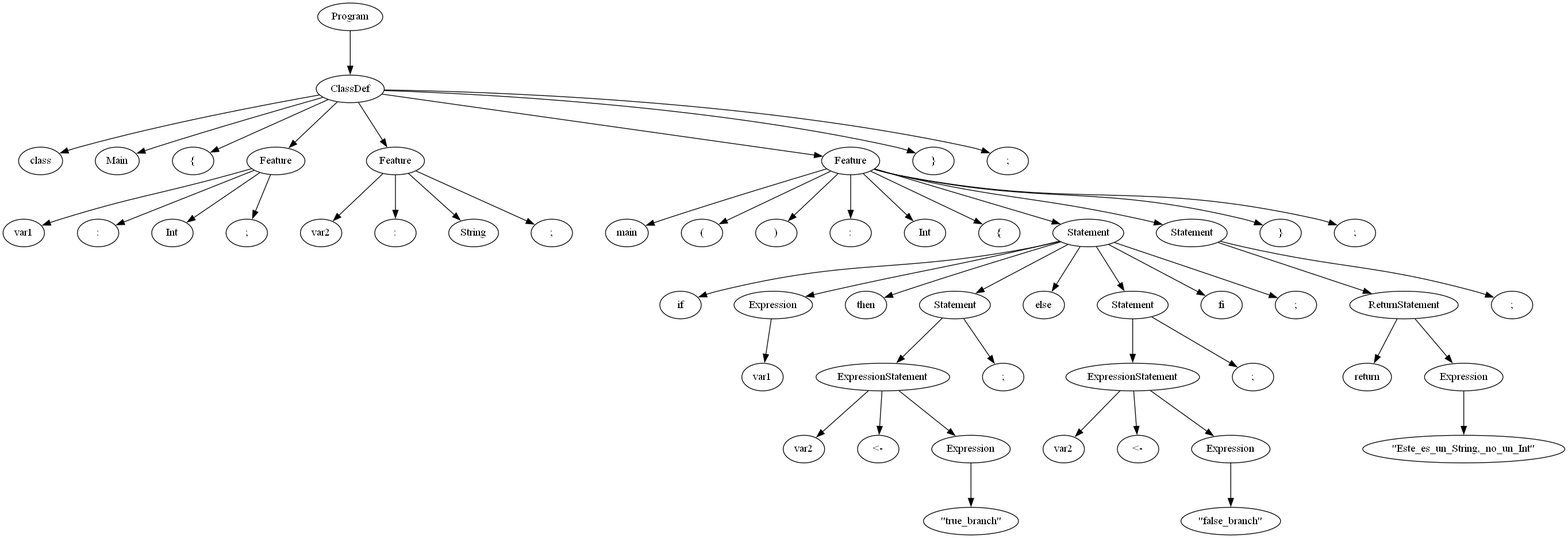
JessicaOI/Lab0 keeps this Graphviz diagram as Lab1/tree.png. Above is the earlier version. Its source is kept beside it as Lab1/tree.dot.
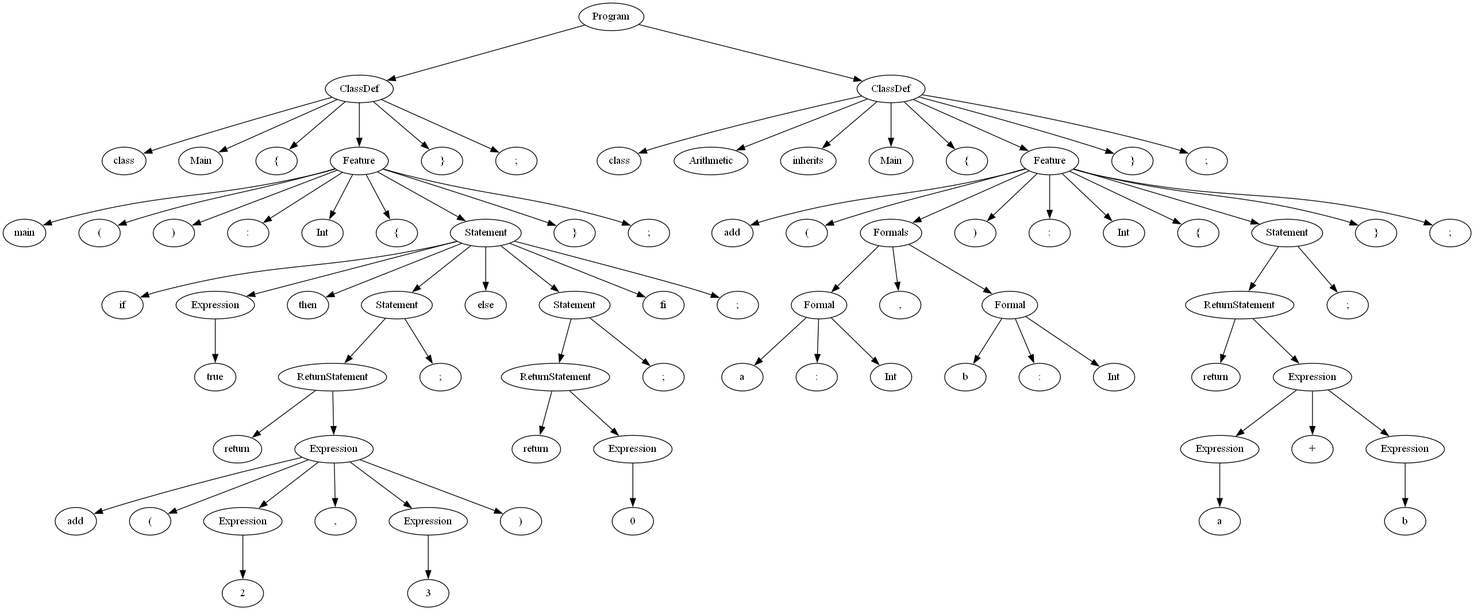
Above is the later version.

Change to the diagram source:
```diff
@@ -2,111 +2,163 @@
 rankdir=TB;
 nodesep=0.6;
 ranksep=0.8;
-    "Program_2302316424976" [label="Program"];
-    "ClassDef_2302316425872" [label="ClassDef"];
-    "class_2302316657728" [label="class"];
-    "Main_2302316657984" [label="Main"];
-    "{_2302316658368" [label="{"];
-    "Feature_2302316425984" [label="Feature"];
-    "var1_2302421779520" [label="var1"];
-    ":_2302421779904" [label=":"];
-    "Int_2302421780096" [label="Int"];
-    ";_2302421780160" [label=";"];
-    "Feature_2302316426432" [label="Feature"];
-    "var2_2302421779392" [label="var2"];
-    ":_2302421780480" [label=":"];
-    "String_2302421780736" [label="String"];
-    ";_2302421781120" [label=";"];
-    "Feature_2302316426544" [label="Feature"];
-    "main_2302421781440" [label="main"];
-    "(_2302421781760" [label="("];
-    ")_2302421781888" [label=")"];
-    ":_2302421781952" [label=":"];
-    "Int_2302421782016" [label="Int"];
-    "{_2302421782720" [label="{"];
-    "Statement_2302316426768" [label="Statement"];
-    "if_2302421783104" [label="if"];
-    "Expression_2302316426880" [label="Expression"];
-    "var1_2302421784640" [label="var1"];
-    "then_2302421787840" [label="then"];
-    "Statement_2302316427552" [label="Statement"];
-    "ExpressionStatement_2302316427664" [label="ExpressionStatement"];
-    "var2_2302421786560" [label="var2"];
-    "<-_2302421787904" [label="<-"];
-    "Expression_2302316427776" [label="Expression"];
-    "\\\"true_branch\\\"_2302421787968" [label="\"true_branch\""];
-    ";_2302421788672" [label=";"];
-    "else_2302421788736" [label="else"];
-    "Statement_2302316428112" [label="Statement"];
-    "ExpressionStatement_2302316428224" [label="ExpressionStatement"];
-    "var2_2302421788800" [label="var2"];
-    "<-_2302421789248" [label="<-"];
-    "Expression_2302316428336" [label="Expression"];
-    "\\\"false_branch\\\"_2302421789312" [label="\"false_branch\""];
-    ";_2302421789184" [label=";"];
-    "fi_2302421789568" [label="fi"];
-    ";_2302421790400" [label=";"];
-    "Statement_2302316428448" [label="Statement"];
-    "ReturnStatement_2302316428560" [label="ReturnStatement"];
-    "return_2302421790784" [label="return"];
-    "Expression_2302316428672" [label="Expression"];
-    "\\\"Este_es_un_String,_no_un_Int\\\"_2302421790848" [label="\"Este_es_un_String,_no_un_Int\""];
-    ";_2302421791040" [label=";"];
-    "}_2302421791104" [label="}"];
-    ";_2302421790656" [label=";"];
-    "}_2302421791168" [label="}"];
-    ";_2302421791360" [label=";"];
-    "Program_2302316424976" -> "ClassDef_2302316425872";
-    "ClassDef_2302316425872" -> "class_2302316657728";
-    "ClassDef_2302316425872" -> "Main_2302316657984";
-    "ClassDef_2302316425872" -> "{_2302316658368";
-    "ClassDef_2302316425872" -> "Feature_2302316425984";
-    "ClassDef_2302316425872" -> "Feature_2302316426432";
-    "ClassDef_2302316425872" -> "Feature_2302316426544";
-    "ClassDef_2302316425872" -> "}_2302421791168";
-    "ClassDef_2302316425872" -> ";_2302421791360";
-    "Feature_2302316425984" -> "var1_2302421779520";
-    "Feature_2302316425984" -> ":_2302421779904";
-    "Feature_2302316425984" -> "Int_2302421780096";
-    "Feature_2302316425984" -> ";_2302421780160";
-    "Feature_2302316426432" -> "var2_2302421779392";
-    "Feature_2302316426432" -> ":_2302421780480";
-    "Feature_2302316426432" -> "String_2302421780736";
-    "Feature_2302316426432" -> ";_2302421781120";
-    "Feature_2302316426544" -> "main_2302421781440";
-    "Feature_2302316426544" -> "(_2302421781760";
-    "Feature_2302316426544" -> ")_2302421781888";
-    "Feature_2302316426544" -> ":_2302421781952";
-    "Feature_2302316426544" -> "Int_2302421782016";
-    "Feature_2302316426544" -> "{_2302421782720";
-    "Feature_2302316426544" -> "Statement_2302316426768";
-    "Feature_2302316426544" -> "Statement_2302316428448";
-    "Feature_2302316426544" -> "}_2302421791104";
-    "Feature_2302316426544" -> ";_2302421790656";
-    "Statement_2302316426768" -> "if_2302421783104";
-    "Statement_2302316426768" -> "Expression_2302316426880";
-    "Statement_2302316426768" -> "then_2302421787840";
-    "Statement_2302316426768" -> "Statement_2302316427552";
-    "Statement_2302316426768" -> "else_2302421788736";
-    "Statement_2302316426768" -> "Statement_2302316428112";
-    "Statement_2302316426768" -> "fi_2302421789568";
-    "Statement_2302316426768" -> ";_2302421790400";
-    "Expression_2302316426880" -> "var1_2302421784640";
-    "Statement_2302316427552" -> "ExpressionStatement_2302316427664";
-    "Statement_2302316427552" -> ";_2302421788672";
-    "ExpressionStatement_2302316427664" -> "var2_2302421786560";
-    "ExpressionStatement_2302316427664" -> "<-_2302421787904";
-    "ExpressionStatement_2302316427664" -> "Expression_2302316427776";
-    "Expression_2302316427776" -> "\\\"true_branch\\\"_2302421787968";
-    "Statement_2302316428112" -> "ExpressionStatement_2302316428224";
-    "Statement_2302316428112" -> ";_2302421789184";
-    "ExpressionStatement_2302316428224" -> "var2_2302421788800";
-    "ExpressionStatement_2302316428224" -> "<-_2302421789248";
-    "ExpressionStatement_2302316428224" -> "Expression_2302316428336";
-    "Expression_2302316428336" -> "\\\"false_branch\\\"_2302421789312";
-    "Statement_2302316428448" -> "ReturnStatement_2302316428560";
-    "Statement_2302316428448" -> ";_2302421791040";
-    "ReturnStatement_2302316428560" -> "return_2302421790784";
-    "ReturnStatement_2302316428560" -> "Expression_2302316428672";
-    "Expression_2302316428672" -> "\\\"Este_es_un_String,_no_un_Int\\\"_2302421790848";
+    "Program_1495054150224" [label="Program"];
+    "ClassDef_1495054151008" [label="ClassDef"];
+    "class_1495053510912" [label="class"];
+    "Main_1495053509632" [label="Main"];
+    "{_1495053509504" [label="{"];
+    "Feature_1495054150112" [label="Feature"];
+    "main_1495053511040" [label="main"];
+    "(_1495053510656" [label="("];
+    ")_1495053508672" [label=")"];
+    ":_1495053509184" [label=":"];
+    "Int_1495053511168" [label="Int"];
+    "{_1495054116096" [label="{"];
+    "Statement_1495054150336" [label="Statement"];
+    "if_1495054116224" [label="if"];
+    "Expression_1495054150448" [label="Expression"];
+    "true_1495054116480" [label="true"];
+    "then_1495054116544" [label="then"];
+    "Statement_1495054150784" [label="Statement"];
+    "ReturnStatement_1495054151120" [label="ReturnStatement"];
+    "return_1495054116160" [label="return"];
+    "Expression_1495054150560" [label="Expression"];
+    "add_1495054116608" [label="add"];
+    "(_1495054116672" [label="("];
+    "Expression_1495054150672" [label="Expression"];
+    "2_1495054116736" [label="2"];
+    ",_1495054116800" [label=","];
+    "Expression_1495054151232" [label="Expression"];
+    "3_1495054116864" [label="3"];
+    ")_1495054116992" [label=")"];
+    ";_1495054117056" [label=";"];
+    "else_1495054117120" [label="else"];
+    "Statement_1495054150896" [label="Statement"];
+    "ReturnStatement_1495054151344" [label="ReturnStatement"];
+    "return_1495054117248" [label="return"];
+    "Expression_1495054151456" [label="Expression"];
+    "0_1495054117312" [label="0"];
+    ";_1495054117376" [label=";"];
+    "fi_1495054117440" [label="fi"];
+    ";_1495054117504" [label=";"];
+    "}_1495054117568" [label="}"];
+    ";_1495054117632" [label=";"];
+    "}_1495053510848" [label="}"];
+    ";_1495054117760" [label=";"];
+    "ClassDef_1495054151568" [label="ClassDef"];
+    "class_1495054117824" [label="class"];
+    "Arithmetic_1495054117888" [label="Arithmetic"];
+    "inherits_1495054117952" [label="inherits"];
+    "Main_1495054118016" [label="Main"];
+    "{_1495054118080" [label="{"];
+    "Feature_1495054176320" [label="Feature"];
+    "add_1495054118208" [label="add"];
+    "(_1495054118272" [label="("];
+    "Formals_1495054176432" [label="Formals"];
+    "Formal_1495054176544" [label="Formal"];
+    "a_1495054118336" [label="a"];
+    ":_1495054118400" [label=":"];
+    "Int_1495054118464" [label="Int"];
+    ",_1495054118528" [label=","];
+    "Formal_1495054176656" [label="Formal"];
+    "b_1495054118592" [label="b"];
+    ":_1495054118720" [label=":"];
+    "Int_1495054118784" [label="Int"];
+    ")_1495054118848" [label=")"];
+    ":_1495054184512" [label=":"];
+    "Int_1495054184640" [label="Int"];
+    "{_1495054184704" [label="{"];
+    "Statement_1495054176768" [label="Statement"];
+    "ReturnStatement_1495054176880" [label="ReturnStatement"];
+    "return_1495054184832" [label="return"];
+    "Expression_1495054177104" [label="Expression"];
+    "Expression_1495054176992" [label="Expression"];
+    "a_1495054184960" [label="a"];
+    "+_1495054185152" [label="+"];
+    "Expression_1495054177216" [label="Expression"];
+    "b_1495054185216" [label="b"];
+    ";_1495054185344" [label=";"];
+    "}_1495054185408" [label="}"];
+    ";_1495054184576" [label=";"];
+    "}_1495054185472" [label="}"];
+    ";_1495054185664" [label=";"];
+    "Program_1495054150224" -> "ClassDef_1495054151008";
+    "Program_1495054150224" -> "ClassDef_1495054151568";
+    "ClassDef_1495054151008" -> "class_1495053510912";
+    "ClassDef_1495054151008" -> "Main_1495053509632";
+    "ClassDef_1495054151008" -> "{_1495053509504";
+    "ClassDef_1495054151008" -> "Feature_1495054150112";
+    "ClassDef_1495054151008" -> "}_1495053510848";
+    "ClassDef_1495054151008" -> ";_1495054117760";
+    "Feature_1495054150112" -> "main_1495053511040";
+    "Feature_1495054150112" -> "(_1495053510656";
+    "Feature_1495054150112" -> ")_1495053508672";
+    "Feature_1495054150112" -> ":_1495053509184";
+    "Feature_1495054150112" -> "Int_1495053511168";
+    "Feature_1495054150112" -> "{_1495054116096";
+    "Feature_1495054150112" -> "Statement_1495054150336";
+    "Feature_1495054150112" -> "}_1495054117568";
+    "Feature_1495054150112" -> ";_1495054117632";
+    "Statement_1495054150336" -> "if_1495054116224";
+    "Statement_1495054150336" -> "Expression_1495054150448";
+    "Statement_1495054150336" -> "then_1495054116544";
+    "Statement_1495054150336" -> "Statement_1495054150784";
+    "Statement_1495054150336" -> "else_1495054117120";
+    "Statement_1495054150336" -> "Statement_1495054150896";
+    "Statement_1495054150336" -> "fi_1495054117440";
+    "Statement_1495054150336" -> ";_1495054117504";
+    "Expression_1495054150448" -> "true_1495054116480";
+    "Statement_1495054150784" -> "ReturnStatement_1495054151120";
+    "Statement_1495054150784" -> ";_1495054117056";
+    "ReturnStatement_1495054151120" -> "return_1495054116160";
+    "ReturnStatement_1495054151120" -> "Expression_1495054150560";
+    "Expression_1495054150560" -> "add_1495054116608";
+    "Expression_1495054150560" -> "(_1495054116672";
+    "Expression_1495054150560" -> "Expression_1495054150672";
+    "Expression_1495054150560" -> ",_1495054116800";
+    "Expression_1495054150560" -> "Expression_1495054151232";
+    "Expression_1495054150560" -> ")_1495054116992";
+    "Expression_1495054150672" -> "2_1495054116736";
+    "Expression_1495054151232" -> "3_1495054116864";
+    "Statement_1495054150896" -> "ReturnStatement_1495054151344";
+    "Statement_1495054150896" -> ";_1495054117376";
+    "ReturnStatement_1495054151344" -> "return_1495054117248";
+    "ReturnStatement_1495054151344" -> "Expression_1495054151456";
+    "Expression_1495054151456" -> "0_1495054117312";
+    "ClassDef_1495054151568" -> "class_1495054117824";
+    "ClassDef_1495054151568" -> "Arithmetic_1495054117888";
+    "ClassDef_1495054151568" -> "inherits_1495054117952";
+    "ClassDef_1495054151568" -> "Main_1495054118016";
+    "ClassDef_1495054151568" -> "{_1495054118080";
+    "ClassDef_1495054151568" -> "Feature_1495054176320";
+    "ClassDef_1495054151568" -> "}_1495054185472";
+    "ClassDef_1495054151568" -> ";_1495054185664";
+    "Feature_1495054176320" -> "add_1495054118208";
+    "Feature_1495054176320" -> "(_1495054118272";
+    "Feature_1495054176320" -> "Formals_1495054176432";
+    "Feature_1495054176320" -> ")_1495054118848";
+    "Feature_1495054176320" -> ":_1495054184512";
+    "Feature_1495054176320" -> "Int_1495054184640";
+    "Feature_1495054176320" -> "{_1495054184704";
+    "Feature_1495054176320" -> "Statement_1495054176768";
+    "Feature_1495054176320" -> "}_1495054185408";
+    "Feature_1495054176320" -> ";_1495054184576";
+    "Formals_1495054176432" -> "Formal_1495054176544";
+    "Formals_1495054176432" -> ",_1495054118528";
+    "Formals_1495054176432" -> "Formal_1495054176656";
+    "Formal_1495054176544" -> "a_1495054118336";
+    "Formal_1495054176544" -> ":_1495054118400";
+    "Formal_1495054176544" -> "Int_1495054118464";
+    "Formal_1495054176656" -> "b_1495054118592";
+    "Formal_1495054176656" -> ":_1495054118720";
+    "Formal_1495054176656" -> "Int_1495054118784";
+    "Statement_1495054176768" -> "ReturnStatement_1495054176880";
+    "Statement_1495054176768" -> ";_1495054185344";
+    "ReturnStatement_1495054176880" -> "return_1495054184832";
+    "ReturnStatement_1495054176880" -> "Expression_1495054177104";
+    "Expression_1495054177104" -> "Expression_1495054176992";
+    "Expression_1495054177104" -> "+_1495054185152";
+    "Expression_1495054177104" -> "Expression_1495054177216";
+    "Expression_1495054176992" -> "a_1495054184960";
+    "Expression_1495054177216" -> "b_1495054185216";
 }
```
